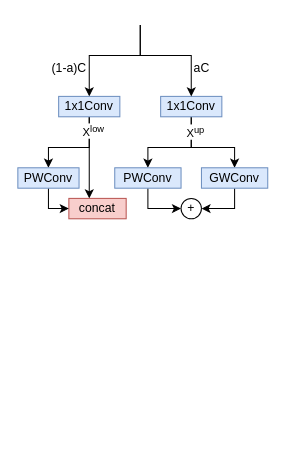
Earlier version of the draw.io diagram drawio/CRU.drawio (cvYouTian/Graph-of-Paper). Source tidied: cells renumbered, new cells numbered last; positions are measured from the earlier drawing's top-left corner, leaving out a move shared by most shapes. Both pictures are drawn from the tidied source at 102%, with x=0, y=0 at pixel (17, 24).
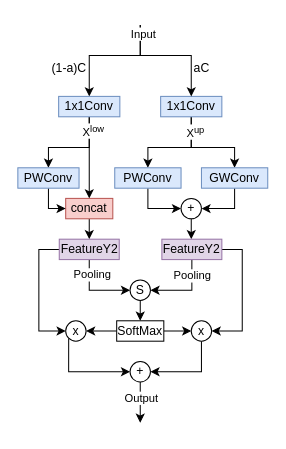
The same page after the edit.

Unchanged cells that the change refers to:
```xml
<mxCell id="11" style="endArrow=classic;html=1;rounded=0;entryX=0.5;entryY=0;entryDx=0;entryDy=0;" parent="1" edge="1" target="10">
  <mxGeometry relative="1" as="geometry">
    <mxPoint x="120" as="sourcePoint" />
    <Array as="points">
      <mxPoint x="120" y="10" />
      <mxPoint x="120" y="30" />
      <mxPoint x="170" y="30" />
    </Array>
  </mxGeometry>
</mxCell>
<mxCell id="21" value="+" style="ellipse;whiteSpace=wrap;html=1;" parent="1" vertex="1">
  <mxGeometry x="160" y="170" width="20" height="20" as="geometry" />
</mxCell>
```

The edit, as a diff of the source:
```diff
@@
+    <mxCell id="22" value="Input" style="edgeLabel;html=1;align=center;verticalAlign=middle;" parent="11" vertex="1">
+      <mxGeometry x="-0.87" y="2" relative="1" as="geometry" />
+    </mxCell>
@@
+    <mxCell id="23" style="edgeStyle=orthogonalEdgeStyle;rounded=0;jettySize=auto;html=1;exitX=0.5;exitY=1;exitDx=0;exitDy=0;entryX=0.5;entryY=0;entryDx=0;entryDy=0;" parent="1" edge="1" source="14" target="28">
+      <mxGeometry relative="1" as="geometry" />
+    </mxCell>
     <mxCell id="14" value="concat" style="rounded=0;whiteSpace=wrap;html=1;fillColor=#f8cecc;strokeColor=#b85450;" parent="1" vertex="1">
-      <mxGeometry x="50" y="170" width="56.2" height="20" as="geometry" />
+      <mxGeometry x="46.9" y="170" width="46.2" height="20" as="geometry" />
     </mxCell>
@@
+    <mxCell id="24" style="edgeStyle=orthogonalEdgeStyle;rounded=0;jettySize=auto;html=1;" parent="1" edge="1" source="21">
+      <mxGeometry relative="1" as="geometry">
+        <mxPoint x="170" y="210" as="targetPoint" />
+      </mxGeometry>
+    </mxCell>
@@
+    <mxCell id="25" style="edgeStyle=orthogonalEdgeStyle;rounded=0;jettySize=auto;html=1;exitX=0.5;exitY=1;exitDx=0;exitDy=0;entryX=0;entryY=0.5;entryDx=0;entryDy=0;" parent="1" edge="1" source="28" target="34">
+      <mxGeometry relative="1" as="geometry">
+        <Array as="points">
+          <mxPoint x="70" y="260" />
+        </Array>
+      </mxGeometry>
+    </mxCell>
+    <mxCell id="26" value="Pooling" style="edgeLabel;html=1;align=center;verticalAlign=middle;" parent="25" vertex="1">
+      <mxGeometry x="-0.6" y="2" relative="1" as="geometry" />
+    </mxCell>
+    <mxCell id="27" style="edgeStyle=orthogonalEdgeStyle;rounded=0;jettySize=auto;html=1;exitX=0;exitY=0.5;exitDx=0;exitDy=0;entryX=0;entryY=0.5;entryDx=0;entryDy=0;" parent="1" edge="1" source="28" target="39">
+      <mxGeometry relative="1" as="geometry" />
+    </mxCell>
+    <mxCell id="28" value="FeatureY2" style="rounded=0;whiteSpace=wrap;html=1;fillColor=#e1d5e7;strokeColor=#9673a6;" parent="1" vertex="1">
+      <mxGeometry x="40.6" y="210" width="58.8" height="20" as="geometry" />
+    </mxCell>
+    <mxCell id="29" style="edgeStyle=orthogonalEdgeStyle;rounded=0;jettySize=auto;html=1;exitX=0.5;exitY=1;exitDx=0;exitDy=0;entryX=1;entryY=0.5;entryDx=0;entryDy=0;" parent="1" edge="1" source="32" target="34">
+      <mxGeometry relative="1" as="geometry">
+        <Array as="points">
+          <mxPoint x="171" y="260" />
+        </Array>
+      </mxGeometry>
+    </mxCell>
+    <mxCell id="30" value="Pooling" style="edgeLabel;html=1;align=center;verticalAlign=middle;" parent="29" vertex="1">
+      <mxGeometry x="-0.57" relative="1" as="geometry" />
+    </mxCell>
+    <mxCell id="31" style="edgeStyle=orthogonalEdgeStyle;rounded=0;jettySize=auto;html=1;exitX=1;exitY=0.5;exitDx=0;exitDy=0;entryX=1;entryY=0.5;entryDx=0;entryDy=0;" parent="1" edge="1" source="32" target="41">
+      <mxGeometry relative="1" as="geometry" />
+    </mxCell>
+    <mxCell id="32" value="FeatureY2" style="rounded=0;whiteSpace=wrap;html=1;fillColor=#e1d5e7;strokeColor=#9673a6;" parent="1" vertex="1">
+      <mxGeometry x="141.2" y="210" width="58.8" height="20" as="geometry" />
+    </mxCell>
+    <mxCell id="33" style="edgeStyle=orthogonalEdgeStyle;rounded=0;jettySize=auto;html=1;exitX=0.5;exitY=1;exitDx=0;exitDy=0;entryX=0.5;entryY=0;entryDx=0;entryDy=0;" parent="1" edge="1" source="34" target="37">
+      <mxGeometry relative="1" as="geometry" />
+    </mxCell>
+    <mxCell id="34" value="S" style="ellipse;whiteSpace=wrap;html=1;" parent="1" vertex="1">
+      <mxGeometry x="110" y="250" width="20" height="20" as="geometry" />
+    </mxCell>
+    <mxCell id="35" style="edgeStyle=orthogonalEdgeStyle;rounded=0;jettySize=auto;html=1;" parent="1" edge="1" source="37" target="41">
+      <mxGeometry relative="1" as="geometry" />
+    </mxCell>
+    <mxCell id="36" style="edgeStyle=orthogonalEdgeStyle;rounded=0;jettySize=auto;html=1;" parent="1" edge="1" source="37" target="39">
+      <mxGeometry relative="1" as="geometry" />
+    </mxCell>
+    <mxCell id="37" value="SoftMax" style="rounded=0;whiteSpace=wrap;html=1;" parent="1" vertex="1">
+      <mxGeometry x="96.9" y="290" width="46.2" height="20" as="geometry" />
+    </mxCell>
+    <mxCell id="38" style="edgeStyle=orthogonalEdgeStyle;rounded=0;jettySize=auto;html=1;exitX=0;exitY=1;exitDx=0;exitDy=0;entryX=0;entryY=0.5;entryDx=0;entryDy=0;" parent="1" edge="1" source="39" target="44">
+      <mxGeometry relative="1" as="geometry">
+        <Array as="points">
+          <mxPoint x="50" y="340" />
+        </Array>
+      </mxGeometry>
+    </mxCell>
+    <mxCell id="39" value="x" style="ellipse;whiteSpace=wrap;html=1;" parent="1" vertex="1">
+      <mxGeometry x="46.9" y="290" width="20" height="20" as="geometry" />
+    </mxCell>
+    <mxCell id="40" style="edgeStyle=orthogonalEdgeStyle;rounded=0;jettySize=auto;html=1;exitX=0.5;exitY=1;exitDx=0;exitDy=0;entryX=1;entryY=0.5;entryDx=0;entryDy=0;" parent="1" edge="1" source="41" target="44">
+      <mxGeometry relative="1" as="geometry" />
+    </mxCell>
+    <mxCell id="41" value="x" style="ellipse;whiteSpace=wrap;html=1;" parent="1" vertex="1">
+      <mxGeometry x="170" y="290" width="20" height="20" as="geometry" />
+    </mxCell>
+    <mxCell id="42" style="edgeStyle=orthogonalEdgeStyle;rounded=0;jettySize=auto;html=1;exitX=0.5;exitY=1;exitDx=0;exitDy=0;" parent="1" edge="1" source="44">
+      <mxGeometry relative="1" as="geometry">
+        <mxPoint x="120" y="390" as="targetPoint" />
+      </mxGeometry>
+    </mxCell>
+    <mxCell id="43" value="Output" style="edgeLabel;html=1;align=center;verticalAlign=middle;" parent="42" vertex="1">
+      <mxGeometry x="-0.26" relative="1" as="geometry" />
+    </mxCell>
+    <mxCell id="44" value="+" style="ellipse;whiteSpace=wrap;html=1;" parent="1" vertex="1">
+      <mxGeometry x="110" y="330" width="20" height="20" as="geometry" />
+    </mxCell>
```
